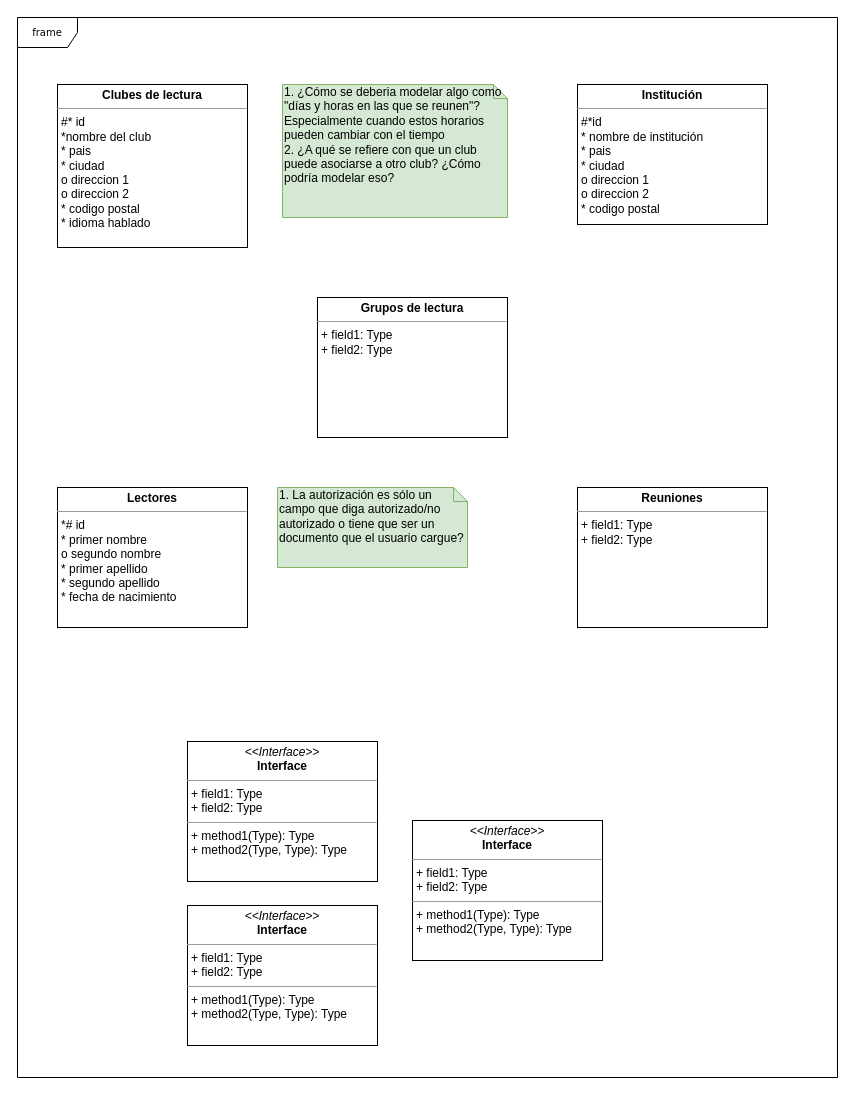
NeutronBlast/IS-Ex keeps this draw.io diagram as DB I/RC (Pseudo) Data structure.drawio. Above is the earlier version. Source tidied: cells renumbered, new cells numbered last; positions are measured from the earlier drawing's top-left corner, leaving out a move shared by most shapes. Both pictures are drawn from the tidied source at 100%, with x=0, y=0 at pixel (17, 17).
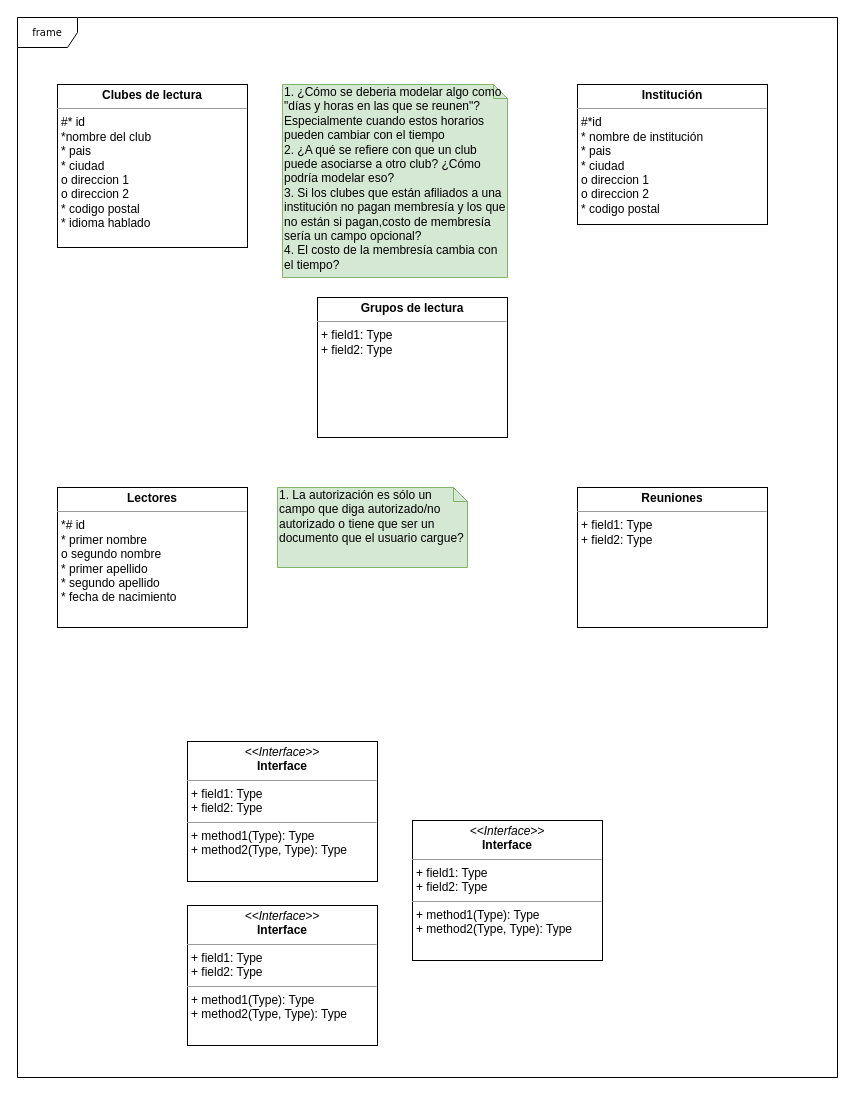
The same page after the edit.

The edit, as a diff of the source:
```diff
@@
 <mxGraphModel background="#ffffff">
   <root>
     <mxCell id="0" />
     <mxCell id="1" parent="0" />
     <mxCell id="2" value="frame" style="shape=umlFrame;whiteSpace=wrap;html=1;rounded=0;shadow=0;comic=0;labelBackgroundColor=none;strokeColor=#000000;strokeWidth=1;fillColor=#ffffff;fontFamily=Verdana;fontSize=10;fontColor=#000000;align=center;" parent="1" vertex="1">
       <mxGeometry width="820" height="1060" as="geometry" />
     </mxCell>
     <mxCell id="3" value="&lt;p style=&quot;margin:0px;margin-top:4px;text-align:center;&quot;&gt;&lt;i&gt;&amp;lt;&amp;lt;Interface&amp;gt;&amp;gt;&lt;/i&gt;&lt;br/&gt;&lt;b&gt;Interface&lt;/b&gt;&lt;/p&gt;&lt;hr size=&quot;1&quot;/&gt;&lt;p style=&quot;margin:0px;margin-left:4px;&quot;&gt;+ field1: Type&lt;br/&gt;+ field2: Type&lt;/p&gt;&lt;hr size=&quot;1&quot;/&gt;&lt;p style=&quot;margin:0px;margin-left:4px;&quot;&gt;+ method1(Type): Type&lt;br/&gt;+ method2(Type, Type): Type&lt;/p&gt;" style="verticalAlign=top;align=left;overflow=fill;fontSize=12;fontFamily=Helvetica;html=1;rounded=0;shadow=0;comic=0;labelBackgroundColor=none;strokeColor=#000000;strokeWidth=1;fillColor=#ffffff;" parent="1" vertex="1">
       <mxGeometry x="395" y="803" width="190" height="140" as="geometry" />
     </mxCell>
     <mxCell id="4" value="&lt;p style=&quot;margin: 0px ; margin-top: 4px ; text-align: center&quot;&gt;&lt;b&gt;Institución&lt;/b&gt;&lt;/p&gt;&lt;hr size=&quot;1&quot;&gt;&lt;p style=&quot;margin: 0px ; margin-left: 4px&quot;&gt;#*id&amp;nbsp;&lt;/p&gt;&lt;p style=&quot;margin: 0px ; margin-left: 4px&quot;&gt;* nombre de institución&lt;/p&gt;&lt;p style=&quot;margin: 0px 0px 0px 4px&quot;&gt;* pais&lt;/p&gt;&lt;p style=&quot;margin: 0px 0px 0px 4px&quot;&gt;* ciudad&lt;/p&gt;&lt;p style=&quot;margin: 0px 0px 0px 4px&quot;&gt;o direccion 1&lt;/p&gt;&lt;p style=&quot;margin: 0px 0px 0px 4px&quot;&gt;o direccion 2&lt;/p&gt;&lt;p style=&quot;margin: 0px 0px 0px 4px&quot;&gt;* codigo postal&lt;/p&gt;" style="verticalAlign=top;align=left;overflow=fill;fontSize=12;fontFamily=Helvetica;html=1;rounded=0;shadow=0;comic=0;labelBackgroundColor=none;strokeColor=#000000;strokeWidth=1;fillColor=#ffffff;" parent="1" vertex="1">
       <mxGeometry x="560" y="67" width="190" height="140" as="geometry" />
     </mxCell>
     <mxCell id="5" value="&lt;p style=&quot;margin:0px;margin-top:4px;text-align:center;&quot;&gt;&lt;i&gt;&amp;lt;&amp;lt;Interface&amp;gt;&amp;gt;&lt;/i&gt;&lt;br/&gt;&lt;b&gt;Interface&lt;/b&gt;&lt;/p&gt;&lt;hr size=&quot;1&quot;/&gt;&lt;p style=&quot;margin:0px;margin-left:4px;&quot;&gt;+ field1: Type&lt;br/&gt;+ field2: Type&lt;/p&gt;&lt;hr size=&quot;1&quot;/&gt;&lt;p style=&quot;margin:0px;margin-left:4px;&quot;&gt;+ method1(Type): Type&lt;br/&gt;+ method2(Type, Type): Type&lt;/p&gt;" style="verticalAlign=top;align=left;overflow=fill;fontSize=12;fontFamily=Helvetica;html=1;rounded=0;shadow=0;comic=0;labelBackgroundColor=none;strokeColor=#000000;strokeWidth=1;fillColor=#ffffff;" parent="1" vertex="1">
       <mxGeometry x="170" y="888" width="190" height="140" as="geometry" />
     </mxCell>
     <mxCell id="6" value="&lt;p style=&quot;margin:0px;margin-top:4px;text-align:center;&quot;&gt;&lt;i&gt;&amp;lt;&amp;lt;Interface&amp;gt;&amp;gt;&lt;/i&gt;&lt;br/&gt;&lt;b&gt;Interface&lt;/b&gt;&lt;/p&gt;&lt;hr size=&quot;1&quot;/&gt;&lt;p style=&quot;margin:0px;margin-left:4px;&quot;&gt;+ field1: Type&lt;br/&gt;+ field2: Type&lt;/p&gt;&lt;hr size=&quot;1&quot;/&gt;&lt;p style=&quot;margin:0px;margin-left:4px;&quot;&gt;+ method1(Type): Type&lt;br/&gt;+ method2(Type, Type): Type&lt;/p&gt;" style="verticalAlign=top;align=left;overflow=fill;fontSize=12;fontFamily=Helvetica;html=1;rounded=0;shadow=0;comic=0;labelBackgroundColor=none;strokeColor=#000000;strokeWidth=1;fillColor=#ffffff;" parent="1" vertex="1">
       <mxGeometry x="170" y="724" width="190" height="140" as="geometry" />
     </mxCell>
     <mxCell id="7" value="&lt;p style=&quot;margin: 0px ; margin-top: 4px ; text-align: center&quot;&gt;&lt;b&gt;Reuniones&lt;/b&gt;&lt;/p&gt;&lt;hr size=&quot;1&quot;&gt;&lt;p style=&quot;margin: 0px ; margin-left: 4px&quot;&gt;+ field1: Type&lt;br&gt;+ field2: Type&lt;/p&gt;&lt;p style=&quot;margin: 0px ; margin-left: 4px&quot;&gt;&lt;br&gt;&lt;/p&gt;" style="verticalAlign=top;align=left;overflow=fill;fontSize=12;fontFamily=Helvetica;html=1;rounded=0;shadow=0;comic=0;labelBackgroundColor=none;strokeColor=#000000;strokeWidth=1;fillColor=#ffffff;" parent="1" vertex="1">
       <mxGeometry x="560" y="470" width="190" height="140" as="geometry" />
     </mxCell>
     <mxCell id="8" value="&lt;p style=&quot;margin: 0px ; margin-top: 4px ; text-align: center&quot;&gt;&lt;b&gt;Clubes de lectura&lt;/b&gt;&lt;/p&gt;&lt;hr size=&quot;1&quot;&gt;&lt;p style=&quot;margin: 0px ; margin-left: 4px&quot;&gt;#* id&lt;/p&gt;&lt;p style=&quot;margin: 0px ; margin-left: 4px&quot;&gt;*nombre del club&lt;/p&gt;&lt;p style=&quot;margin: 0px ; margin-left: 4px&quot;&gt;* pais&lt;/p&gt;&lt;p style=&quot;margin: 0px ; margin-left: 4px&quot;&gt;* ciudad&lt;/p&gt;&lt;p style=&quot;margin: 0px ; margin-left: 4px&quot;&gt;o direccion 1&lt;/p&gt;&lt;p style=&quot;margin: 0px ; margin-left: 4px&quot;&gt;o direccion 2&lt;/p&gt;&lt;p style=&quot;margin: 0px ; margin-left: 4px&quot;&gt;* codigo postal&lt;/p&gt;&lt;p style=&quot;margin: 0px ; margin-left: 4px&quot;&gt;* idioma hablado&lt;/p&gt;&lt;p style=&quot;margin: 0px ; margin-left: 4px&quot;&gt;&lt;br&gt;&lt;/p&gt;" style="verticalAlign=top;align=left;overflow=fill;fontSize=12;fontFamily=Helvetica;html=1;rounded=0;shadow=0;comic=0;labelBackgroundColor=none;strokeColor=#000000;strokeWidth=1;fillColor=#ffffff;" parent="1" vertex="1">
       <mxGeometry x="40" y="67" width="190" height="163" as="geometry" />
     </mxCell>
     <mxCell id="9" value="&lt;p style=&quot;margin: 0px ; margin-top: 4px ; text-align: center&quot;&gt;&lt;b&gt;Lectores&lt;/b&gt;&lt;/p&gt;&lt;hr size=&quot;1&quot;&gt;&lt;p style=&quot;margin: 0px ; margin-left: 4px&quot;&gt;*# id&lt;/p&gt;&lt;p style=&quot;margin: 0px ; margin-left: 4px&quot;&gt;* primer nombre&lt;/p&gt;&lt;p style=&quot;margin: 0px ; margin-left: 4px&quot;&gt;o segundo nombre&lt;/p&gt;&lt;p style=&quot;margin: 0px ; margin-left: 4px&quot;&gt;* primer apellido&lt;/p&gt;&lt;p style=&quot;margin: 0px ; margin-left: 4px&quot;&gt;* segundo apellido&lt;/p&gt;&lt;p style=&quot;margin: 0px ; margin-left: 4px&quot;&gt;* fecha de nacimiento&lt;/p&gt;&lt;p style=&quot;margin: 0px ; margin-left: 4px&quot;&gt;&lt;br&gt;&lt;/p&gt;" style="verticalAlign=top;align=left;overflow=fill;fontSize=12;fontFamily=Helvetica;html=1;rounded=0;shadow=0;comic=0;labelBackgroundColor=none;strokeColor=#000000;strokeWidth=1;fillColor=#ffffff;" parent="1" vertex="1">
       <mxGeometry x="40" y="470" width="190" height="140" as="geometry" />
     </mxCell>
     <mxCell id="10" value="&lt;p style=&quot;margin: 0px ; margin-top: 4px ; text-align: center&quot;&gt;&lt;b&gt;Grupos de lectura&lt;/b&gt;&lt;/p&gt;&lt;hr size=&quot;1&quot;&gt;&lt;p style=&quot;margin: 0px ; margin-left: 4px&quot;&gt;+ field1: Type&lt;br&gt;+ field2: Type&lt;/p&gt;" style="verticalAlign=top;align=left;overflow=fill;fontSize=12;fontFamily=Helvetica;html=1;rounded=0;shadow=0;comic=0;labelBackgroundColor=none;strokeColor=#000000;strokeWidth=1;fillColor=#ffffff;" parent="1" vertex="1">
       <mxGeometry x="300" y="280" width="190" height="140" as="geometry" />
     </mxCell>
-    <mxCell id="11" value="1. ¿Cómo se deberia modelar algo como &quot;días y horas en las que se reunen&quot;? Especialmente cuando estos horarios pueden cambiar con el tiempo&lt;br&gt;2. ¿A qué se refiere con que un club puede asociarse a otro club? ¿Cómo podría modelar eso?" style="shape=note;whiteSpace=wrap;html=1;size=14;verticalAlign=top;align=left;spacingTop=-6;fillColor=#d5e8d4;strokeColor=#82b366;" parent="1" vertex="1">
-      <mxGeometry x="265" y="67" width="225" height="133" as="geometry" />
+    <mxCell id="11" value="1. ¿Cómo se deberia modelar algo como &quot;días y horas en las que se reunen&quot;? Especialmente cuando estos horarios pueden cambiar con el tiempo&lt;br&gt;2. ¿A qué se refiere con que un club puede asociarse a otro club? ¿Cómo podría modelar eso?&lt;br&gt;3. Si los clubes que están afiliados a una institución no pagan membresía y los que no están si pagan,costo de membresía sería un campo opcional?&lt;br&gt;4. El costo de la membresía cambia con el tiempo?" style="shape=note;whiteSpace=wrap;html=1;size=14;verticalAlign=top;align=left;spacingTop=-6;fillColor=#d5e8d4;strokeColor=#82b366;" parent="1" vertex="1">
+      <mxGeometry x="265" y="67" width="225" height="193" as="geometry" />
     </mxCell>
     <mxCell id="12" value="1. La autorización es sólo un campo que diga autorizado/no autorizado o tiene que ser un documento que el usuario cargue?" style="shape=note;whiteSpace=wrap;html=1;size=14;verticalAlign=top;align=left;spacingTop=-6;fillColor=#d5e8d4;strokeColor=#82b366;" parent="1" vertex="1">
       <mxGeometry x="260" y="470" width="190" height="80" as="geometry" />
     </mxCell>
   </root>
 </mxGraphModel>
```
